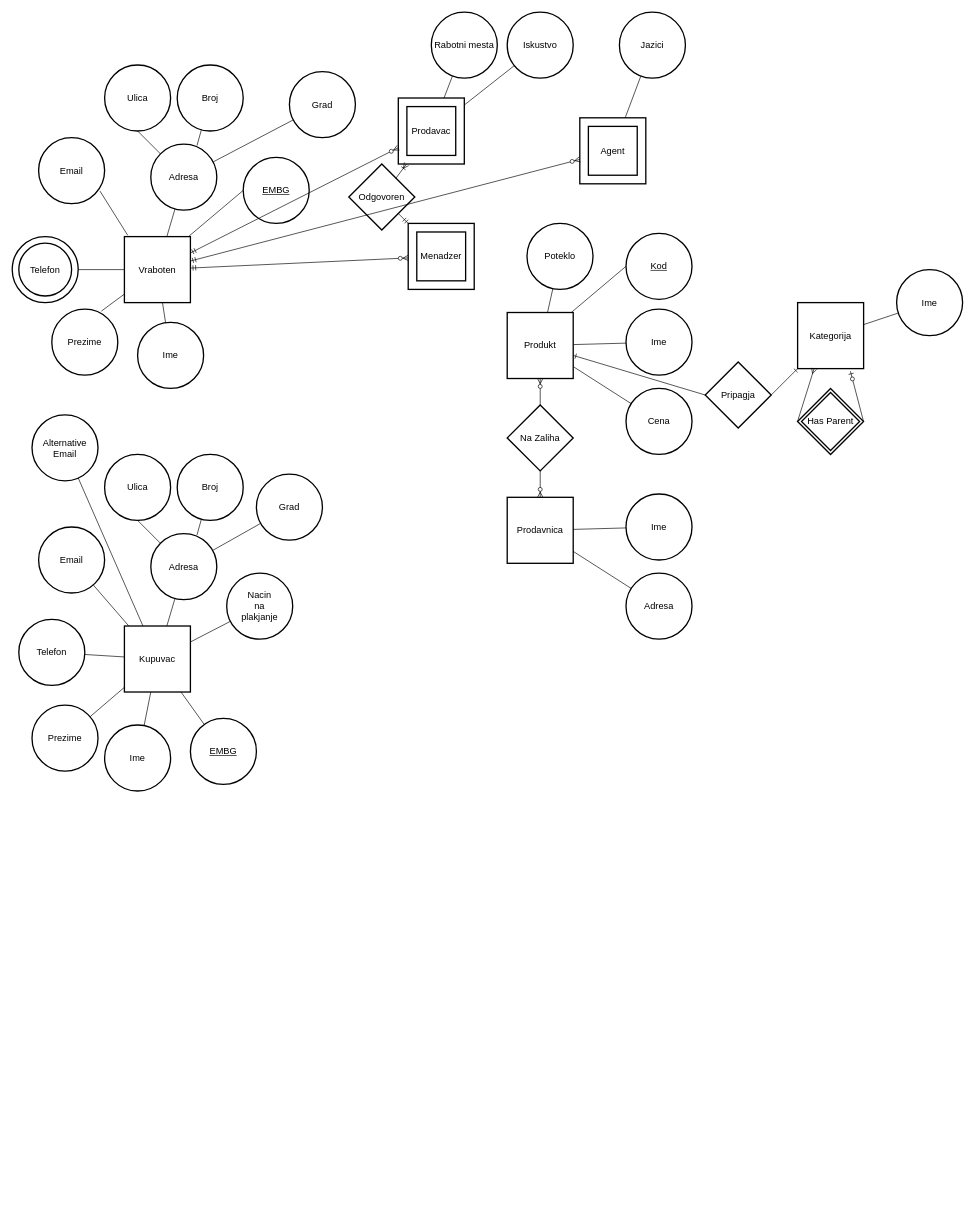
Crypter/Chernobyl keeps this draw.io diagram as LAB1.drawio. Above is the earlier version. Source tidied: cells renumbered, new cells numbered last; positions are measured from the earlier drawing's top-left corner, leaving out a move shared by most shapes. Both pictures are drawn from the tidied source at 66%, with x=0, y=0 at pixel (12, 12).
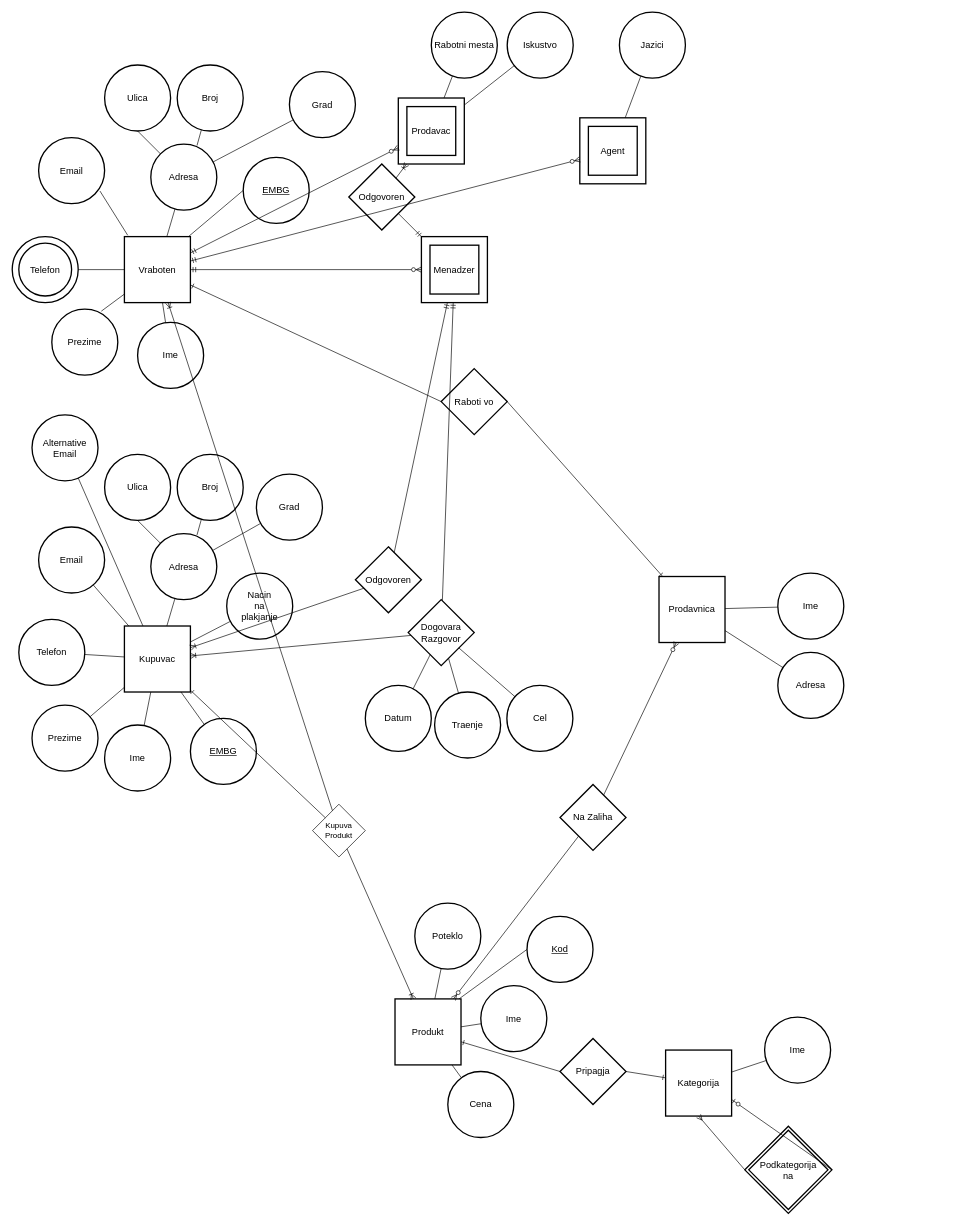
The same diagram, later.

The change refers to these unchanged cells:
```xml
<mxCell id="2" value="&lt;div&gt;Vraboten&lt;/div&gt;" style="strokeWidth=2;whiteSpace=wrap;html=1;align=center;fontSize=14;" parent="1" vertex="1">
  <mxGeometry x="170" y="340" width="100" height="100" as="geometry" />
</mxCell>
<mxCell id="35" value="Kupuvac" style="strokeWidth=2;whiteSpace=wrap;html=1;align=center;fontSize=14;" parent="1" vertex="1">
  <mxGeometry x="170" y="930" width="100" height="100" as="geometry" />
</mxCell>
```

The edit, as a diff of the source:
```diff
@@
     <mxCell id="21" value="&lt;div&gt;Produkt&lt;/div&gt;" style="strokeWidth=2;whiteSpace=wrap;html=1;align=center;fontSize=14;" parent="1" vertex="1">
-      <mxGeometry x="750" y="455" width="100" height="100" as="geometry" />
+      <mxGeometry x="580" y="1495" width="100" height="100" as="geometry" />
     </mxCell>
     <mxCell id="22" value="&lt;div&gt;Ime&lt;/div&gt;" style="ellipse;shape=ellipse;margin=10;strokeWidth=2;fontSize=14;whiteSpace=wrap;html=1;align=center;gradientColor=#ffffff;" parent="1" vertex="1">
-      <mxGeometry x="930" y="450" width="100" height="100" as="geometry" />
+      <mxGeometry x="710" y="1475" width="100" height="100" as="geometry" />
     </mxCell>
     <mxCell id="23" value="&lt;div&gt;Cena&lt;/div&gt;" style="ellipse;shape=ellipse;margin=10;strokeWidth=2;fontSize=14;whiteSpace=wrap;html=1;align=center;gradientColor=#ffffff;" parent="1" vertex="1">
-      <mxGeometry x="930" y="570" width="100" height="100" as="geometry" />
+      <mxGeometry x="660" y="1605" width="100" height="100" as="geometry" />
     </mxCell>
     <mxCell id="24" value="&lt;div&gt;&lt;u&gt;Kod&lt;/u&gt;&lt;/div&gt;" style="ellipse;shape=ellipse;margin=10;strokeWidth=2;fontSize=14;whiteSpace=wrap;html=1;align=center;gradientColor=#ffffff;" parent="1" vertex="1">
-      <mxGeometry x="930" y="335" width="100" height="100" as="geometry" />
+      <mxGeometry x="780" y="1370" width="100" height="100" as="geometry" />
     </mxCell>
     <mxCell id="25" value="Poteklo" style="ellipse;shape=ellipse;margin=10;strokeWidth=2;fontSize=14;whiteSpace=wrap;html=1;align=center;gradientColor=#ffffff;" parent="1" vertex="1">
-      <mxGeometry x="780" y="320" width="100" height="100" as="geometry" />
+      <mxGeometry x="610" y="1350" width="100" height="100" as="geometry" />
     </mxCell>
@@
     <mxCell id="30" value="Prodavnica" style="strokeWidth=2;whiteSpace=wrap;html=1;align=center;fontSize=14;" parent="1" vertex="1">
-      <mxGeometry x="750" y="735" width="100" height="100" as="geometry" />
+      <mxGeometry x="980" y="855" width="100" height="100" as="geometry" />
     </mxCell>
     <mxCell id="31" value="&lt;div&gt;Ime&lt;/div&gt;" style="ellipse;shape=ellipse;margin=10;strokeWidth=2;fontSize=14;whiteSpace=wrap;html=1;align=center;gradientColor=#ffffff;" parent="1" vertex="1">
-      <mxGeometry x="930" y="730" width="100" height="100" as="geometry" />
+      <mxGeometry x="1160" y="850" width="100" height="100" as="geometry" />
     </mxCell>
     <mxCell id="32" value="Adresa" style="ellipse;shape=ellipse;margin=10;strokeWidth=2;fontSize=14;whiteSpace=wrap;html=1;align=center;gradientColor=#ffffff;" parent="1" vertex="1">
-      <mxGeometry x="930" y="850" width="100" height="100" as="geometry" />
+      <mxGeometry x="1160" y="970" width="100" height="100" as="geometry" />
     </mxCell>
@@
     <mxCell id="58" value="Kategorija" style="strokeWidth=2;whiteSpace=wrap;html=1;align=center;fontSize=14;" parent="1" vertex="1">
-      <mxGeometry x="1190" y="440" width="100" height="100" as="geometry" />
+      <mxGeometry x="990" y="1572.5" width="100" height="100" as="geometry" />
     </mxCell>
     <mxCell id="59" value="&lt;div&gt;Ime&lt;/div&gt;" style="ellipse;shape=ellipse;margin=10;strokeWidth=2;fontSize=14;whiteSpace=wrap;html=1;align=center;gradientColor=#ffffff;" parent="1" vertex="1">
-      <mxGeometry x="1340" y="390" width="100" height="100" as="geometry" />
+      <mxGeometry x="1140" y="1522.5" width="100" height="100" as="geometry" />
     </mxCell>
@@
-    <mxCell id="61" value="Has Parent" style="shape=rhombus;double=1;strokeWidth=2;fontSize=17;perimeter=rhombusPerimeter;whiteSpace=wrap;html=1;align=center;fontSize=14;gradientColor=#ffffff;" parent="1" vertex="1">
-      <mxGeometry x="1189.9" y="570.1" width="100" height="100" as="geometry" />
+    <mxCell id="61" value="&lt;div&gt;Podkategorija&lt;/div&gt;&lt;div&gt;na&lt;br&gt;&lt;/div&gt;" style="shape=rhombus;double=1;strokeWidth=2;fontSize=17;perimeter=rhombusPerimeter;whiteSpace=wrap;html=1;align=center;fontSize=14;gradientColor=#ffffff;" parent="1" vertex="1">
+      <mxGeometry x="1110" y="1688" width="132" height="132" as="geometry" />
     </mxCell>
-    <mxCell id="62" style="fontSize=12;html=1;endArrow=ERzeroToOne;endFill=1;exitX=1;exitY=0.5;exitDx=0;exitDy=0;" parent="1" edge="1" source="61">
-      <mxGeometry relative="1" as="geometry">
-        <mxPoint x="1270" y="544" as="targetPoint" />
-      </mxGeometry>
+    <mxCell id="62" style="fontSize=12;html=1;endArrow=ERzeroToOne;endFill=1;exitX=1;exitY=0.5;exitDx=0;exitDy=0;entryX=1;entryY=0.75;entryDx=0;entryDy=0;" parent="1" edge="1" source="61" target="58">
+      <mxGeometry relative="1" as="geometry" />
     </mxCell>
-    <mxCell id="63" style="fontSize=12;html=1;endArrow=ERmany;exitX=0;exitY=0.5;exitDx=0;exitDy=0;entryX=0.25;entryY=1;entryDx=0;entryDy=0;" parent="1" edge="1" source="61" target="58">
+    <mxCell id="63" style="fontSize=12;html=1;endArrow=ERmany;exitX=0;exitY=0.5;exitDx=0;exitDy=0;entryX=0.5;entryY=1;entryDx=0;entryDy=0;" parent="1" edge="1" source="61" target="58">
       <mxGeometry relative="1" as="geometry" />
     </mxCell>
@@
     <mxCell id="72" value="Menadzer" style="shape=ext;strokeWidth=2;margin=10;double=1;whiteSpace=wrap;html=1;align=center;fontSize=14;gradientColor=#ffffff;" parent="1" vertex="1">
-      <mxGeometry x="600" y="320" width="100" height="100" as="geometry" />
+      <mxGeometry x="620" y="340" width="100" height="100" as="geometry" />
     </mxCell>
@@
     <mxCell id="79" value="Pripagja" style="shape=rhombus;strokeWidth=2;fontSize=17;perimeter=rhombusPerimeter;whiteSpace=wrap;html=1;align=center;fontSize=14;gradientColor=#ffffff;" parent="1" vertex="1">
-      <mxGeometry x="1050" y="530" width="100" height="100" as="geometry" />
+      <mxGeometry x="830" y="1555" width="100" height="100" as="geometry" />
     </mxCell>
@@
     <mxCell id="82" value="Na Zaliha" style="shape=rhombus;strokeWidth=2;fontSize=17;perimeter=rhombusPerimeter;whiteSpace=wrap;html=1;align=center;fontSize=14;gradientColor=#ffffff;" parent="1" vertex="1">
-      <mxGeometry x="750" y="595" width="100" height="100" as="geometry" />
+      <mxGeometry x="830" y="1170" width="100" height="100" as="geometry" />
     </mxCell>
@@
+    <mxCell id="85" value="&lt;div&gt;Raboti vo&lt;/div&gt;" style="shape=rhombus;strokeWidth=2;fontSize=17;perimeter=rhombusPerimeter;whiteSpace=wrap;html=1;align=center;fontSize=14;gradientColor=#ffffff;" parent="1" vertex="1">
+      <mxGeometry x="650" y="540" width="100" height="100" as="geometry" />
+    </mxCell>
+    <mxCell id="86" style="fontSize=12;html=1;endArrow=ERone;endFill=1;exitX=0;exitY=0.5;exitDx=0;exitDy=0;" parent="1" edge="1" source="85" target="2">
+      <mxGeometry relative="1" as="geometry" />
+    </mxCell>
+    <mxCell id="87" style="fontSize=12;html=1;endArrow=ERone;endFill=1;exitX=1;exitY=0.5;exitDx=0;exitDy=0;" parent="1" edge="1" source="85" target="30">
+      <mxGeometry relative="1" as="geometry" />
+    </mxCell>
+    <mxCell id="88" value="&lt;div&gt;Odgovoren&lt;/div&gt;" style="shape=rhombus;strokeWidth=2;fontSize=17;perimeter=rhombusPerimeter;whiteSpace=wrap;html=1;align=center;fontSize=14;gradientColor=#ffffff;" parent="1" vertex="1">
+      <mxGeometry x="520" y="810" width="100" height="100" as="geometry" />
+    </mxCell>
+    <mxCell id="89" style="fontSize=12;html=1;endArrow=ERoneToMany;" parent="1" edge="1" source="88" target="35">
+      <mxGeometry relative="1" as="geometry" />
+    </mxCell>
+    <mxCell id="90" style="fontSize=12;html=1;endArrow=ERmandOne;" parent="1" edge="1" source="88" target="72">
+      <mxGeometry relative="1" as="geometry" />
+    </mxCell>
+    <mxCell id="91" value="&lt;div&gt;Dogovara&lt;/div&gt;&lt;div&gt;Razgovor&lt;br&gt;&lt;/div&gt;" style="shape=rhombus;strokeWidth=2;fontSize=17;perimeter=rhombusPerimeter;whiteSpace=wrap;html=1;align=center;fontSize=14;gradientColor=#ffffff;" parent="1" vertex="1">
+      <mxGeometry x="600" y="890" width="100" height="100" as="geometry" />
+    </mxCell>
+    <mxCell id="92" style="fontSize=12;html=1;endArrow=ERoneToMany;" parent="1" edge="1" source="91" target="35">
+      <mxGeometry relative="1" as="geometry" />
+    </mxCell>
+    <mxCell id="93" style="fontSize=12;html=1;endArrow=ERmandOne;" parent="1" edge="1" source="91" target="72">
+      <mxGeometry relative="1" as="geometry" />
+    </mxCell>
+    <mxCell id="94" value="&lt;div&gt;Datum&lt;/div&gt;" style="ellipse;shape=ellipse;margin=10;strokeWidth=2;fontSize=14;whiteSpace=wrap;html=1;align=center;gradientColor=#ffffff;" parent="1" vertex="1">
+      <mxGeometry x="535" y="1020" width="100" height="100" as="geometry" />
+    </mxCell>
+    <mxCell id="95" value="Traenje" style="ellipse;shape=ellipse;margin=10;strokeWidth=2;fontSize=14;whiteSpace=wrap;html=1;align=center;gradientColor=#ffffff;" parent="1" vertex="1">
+      <mxGeometry x="640" y="1030" width="100" height="100" as="geometry" />
+    </mxCell>
+    <mxCell id="96" value="Cel" style="ellipse;shape=ellipse;margin=10;strokeWidth=2;fontSize=14;whiteSpace=wrap;html=1;align=center;gradientColor=#ffffff;" parent="1" vertex="1">
+      <mxGeometry x="749.5" y="1020" width="100" height="100" as="geometry" />
+    </mxCell>
+    <mxCell id="97" style="fontSize=12;html=1;endArrow=none;endFill=0;" parent="1" edge="1" source="91" target="96">
+      <mxGeometry relative="1" as="geometry" />
+    </mxCell>
+    <mxCell id="98" style="fontSize=12;html=1;endArrow=none;endFill=0;" parent="1" edge="1" source="91" target="95">
+      <mxGeometry relative="1" as="geometry" />
+    </mxCell>
+    <mxCell id="99" style="fontSize=12;html=1;endArrow=none;endFill=0;" parent="1" edge="1" source="91" target="94">
+      <mxGeometry relative="1" as="geometry" />
+    </mxCell>
+    <mxCell id="100" value="&lt;div&gt;Kupuva Produkt&lt;br&gt;&lt;/div&gt;" style="rhombus;whiteSpace=wrap;html=1;" parent="1" vertex="1">
+      <mxGeometry x="455" y="1200" width="80" height="80" as="geometry" />
+    </mxCell>
+    <mxCell id="101" style="fontSize=12;html=1;endArrow=ERoneToMany;" parent="1" edge="1" source="100" target="2">
+      <mxGeometry relative="1" as="geometry" />
+    </mxCell>
+    <mxCell id="102" style="fontSize=12;html=1;endArrow=ERone;endFill=1;" parent="1" edge="1" source="100" target="35">
+      <mxGeometry relative="1" as="geometry" />
+    </mxCell>
+    <mxCell id="103" style="fontSize=12;html=1;endArrow=ERoneToMany;" parent="1" edge="1" source="100" target="21">
+      <mxGeometry relative="1" as="geometry" />
+    </mxCell>
```
